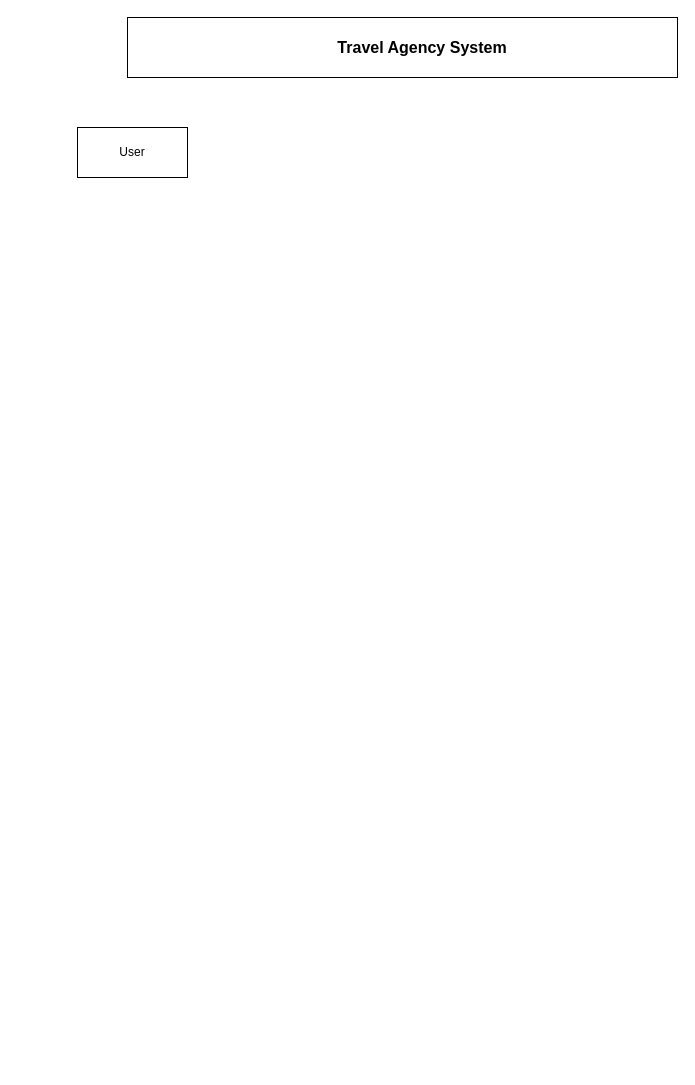
This is Untitled Diagram.drawio from Anukrati30/TravelTask, a draw.io file, before an edit. Source tidied: cells renumbered, new cells numbered last; positions are measured from the earlier drawing's top-left corner, leaving out a move shared by most shapes. Both pictures are drawn from the tidied source at 100%, with x=0, y=0 at pixel (77, 17).
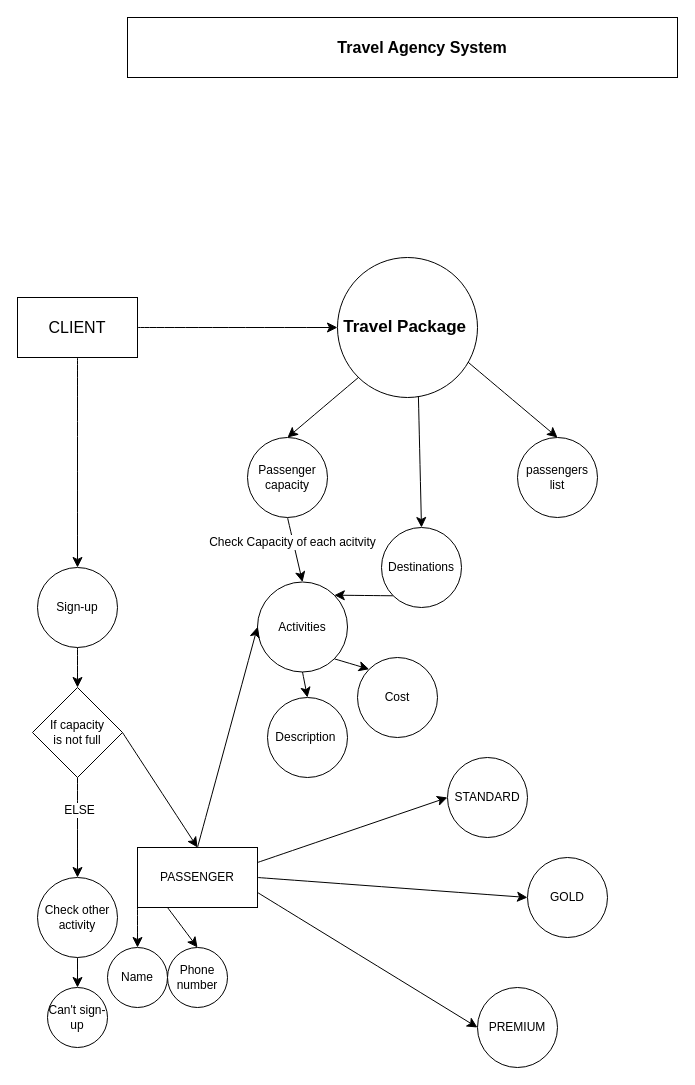
The same diagram, later.

The edit, as a diff of the source:
```diff
@@
-    <mxCell id="2" value="User" style="html=1;whiteSpace=wrap;" parent="1" vertex="1">
-      <mxGeometry y="110" width="110" height="50" as="geometry" />
-    </mxCell>
@@
+    <mxCell id="5" style="edgeStyle=none;curved=1;rounded=0;jettySize=auto;html=1;exitX=0.5;exitY=1;exitDx=0;exitDy=0;fontSize=12;startSize=8;endSize=8;" parent="1" edge="1" source="6">
+      <mxGeometry relative="1" as="geometry">
+        <mxPoint y="550" as="targetPoint" />
+      </mxGeometry>
+    </mxCell>
+    <mxCell id="6" style="rounded=0;whiteSpace=wrap;html=1;" parent="1" vertex="1">
+      <mxGeometry x="-60" y="280" width="120" height="60" as="geometry" />
+    </mxCell>
+    <mxCell id="7" style="edgeStyle=none;curved=1;rounded=0;jettySize=auto;html=1;fontSize=12;startSize=8;endSize=8;entryX=0;entryY=0.5;entryDx=0;entryDy=0;exitX=1;exitY=0.5;exitDx=0;exitDy=0;" parent="1" edge="1" source="6" target="18">
+      <mxGeometry relative="1" as="geometry" />
+    </mxCell>
+    <mxCell id="8" value="CLIENT" style="text;html=1;align=center;verticalAlign=middle;whiteSpace=wrap;rounded=0;fontSize=16;" parent="1" vertex="1">
+      <mxGeometry x="-40" y="292.5" width="80" height="35" as="geometry" />
+    </mxCell>
+    <mxCell id="9" style="edgeStyle=none;curved=1;rounded=0;jettySize=auto;html=1;entryX=0.5;entryY=0;entryDx=0;entryDy=0;fontSize=12;startSize=8;endSize=8;" parent="1" edge="1" target="14">
+      <mxGeometry relative="1" as="geometry">
+        <mxPoint x="304.5" y="340" as="sourcePoint" />
+      </mxGeometry>
+    </mxCell>
+    <mxCell id="10" style="edgeStyle=none;curved=1;rounded=0;jettySize=auto;html=1;exitX=0.5;exitY=1;exitDx=0;exitDy=0;entryX=0.5;entryY=0;entryDx=0;entryDy=0;fontSize=12;startSize=8;endSize=8;" parent="1" edge="1" target="17">
+      <mxGeometry relative="1" as="geometry">
+        <mxPoint x="340" y="340" as="sourcePoint" />
+      </mxGeometry>
+    </mxCell>
+    <mxCell id="11" style="edgeStyle=none;curved=1;rounded=0;jettySize=auto;html=1;exitX=0.75;exitY=1;exitDx=0;exitDy=0;entryX=0.5;entryY=0;entryDx=0;entryDy=0;fontSize=12;startSize=8;endSize=8;" parent="1" edge="1" target="15">
+      <mxGeometry relative="1" as="geometry">
+        <mxPoint x="385" y="340" as="sourcePoint" />
+      </mxGeometry>
+    </mxCell>
+    <mxCell id="12" style="edgeStyle=none;curved=1;rounded=0;jettySize=auto;html=1;exitX=0.5;exitY=1;exitDx=0;exitDy=0;entryX=0.5;entryY=0;entryDx=0;entryDy=0;fontSize=12;startSize=8;endSize=8;" parent="1" edge="1" source="14" target="20">
+      <mxGeometry relative="1" as="geometry" />
+    </mxCell>
+    <mxCell id="13" value="Check Capacity of each acitvity" style="edgeLabel;html=1;align=center;verticalAlign=middle;fontSize=12;" parent="12" vertex="1">
+      <mxGeometry x="-0.24" y="-1" relative="1" as="geometry" />
+    </mxCell>
+    <mxCell id="14" value="Passenger capacity" style="ellipse;whiteSpace=wrap;html=1;" parent="1" vertex="1">
+      <mxGeometry x="170" y="420" width="80" height="80" as="geometry" />
+    </mxCell>
+    <mxCell id="15" value="passengers list" style="ellipse;whiteSpace=wrap;html=1;" parent="1" vertex="1">
+      <mxGeometry x="440" y="420" width="80" height="80" as="geometry" />
+    </mxCell>
+    <mxCell id="16" style="edgeStyle=none;curved=1;rounded=0;jettySize=auto;html=1;exitX=0;exitY=1;exitDx=0;exitDy=0;entryX=1;entryY=0;entryDx=0;entryDy=0;fontSize=12;startSize=8;endSize=8;" parent="1" edge="1" source="17" target="20">
+      <mxGeometry relative="1" as="geometry" />
+    </mxCell>
+    <mxCell id="17" value="Destinations" style="ellipse;whiteSpace=wrap;html=1;" parent="1" vertex="1">
+      <mxGeometry x="304" y="510" width="80" height="80" as="geometry" />
+    </mxCell>
+    <mxCell id="18" value="&lt;b&gt;&lt;font style=&quot;font-size: 17px;&quot;&gt;Travel Package&amp;nbsp;&lt;/font&gt;&lt;/b&gt;" style="ellipse;whiteSpace=wrap;html=1;" parent="1" vertex="1">
+      <mxGeometry x="260" y="240" width="140" height="140" as="geometry" />
+    </mxCell>
+    <mxCell id="19" style="edgeStyle=none;curved=1;rounded=0;jettySize=auto;html=1;exitX=0.5;exitY=1;exitDx=0;exitDy=0;entryX=0.5;entryY=0;entryDx=0;entryDy=0;fontSize=12;startSize=8;endSize=8;" parent="1" edge="1" source="20" target="29">
+      <mxGeometry relative="1" as="geometry" />
+    </mxCell>
+    <mxCell id="20" value="Activities" style="ellipse;whiteSpace=wrap;html=1;" parent="1" vertex="1">
+      <mxGeometry x="180" y="564.5" width="90" height="90" as="geometry" />
+    </mxCell>
+    <mxCell id="21" style="edgeStyle=none;curved=1;rounded=0;jettySize=auto;html=1;exitX=0.5;exitY=1;exitDx=0;exitDy=0;entryX=0.5;entryY=0;entryDx=0;entryDy=0;fontSize=12;startSize=8;endSize=8;" parent="1" edge="1" source="22" target="26">
+      <mxGeometry relative="1" as="geometry" />
+    </mxCell>
+    <mxCell id="22" value="Sign-up" style="ellipse;whiteSpace=wrap;html=1;" parent="1" vertex="1">
+      <mxGeometry x="-40" y="550" width="80" height="80" as="geometry" />
+    </mxCell>
+    <mxCell id="23" style="edgeStyle=none;curved=1;rounded=0;jettySize=auto;html=1;exitX=0.5;exitY=1;exitDx=0;exitDy=0;fontSize=12;startSize=8;endSize=8;" parent="1" edge="1" source="26">
+      <mxGeometry relative="1" as="geometry">
+        <mxPoint y="860" as="targetPoint" />
+      </mxGeometry>
+    </mxCell>
+    <mxCell id="24" value="ELSE" style="edgeLabel;html=1;align=center;verticalAlign=middle;fontSize=12;" parent="23" vertex="1">
+      <mxGeometry x="-0.36" y="1" relative="1" as="geometry" />
+    </mxCell>
+    <mxCell id="25" style="edgeStyle=none;curved=1;rounded=0;jettySize=auto;html=1;exitX=1;exitY=0.5;exitDx=0;exitDy=0;entryX=0.5;entryY=0;entryDx=0;entryDy=0;fontSize=12;startSize=8;endSize=8;" parent="1" edge="1" source="26" target="38">
+      <mxGeometry relative="1" as="geometry" />
+    </mxCell>
+    <mxCell id="26" value="If capacity &lt;br&gt;is not full" style="rhombus;whiteSpace=wrap;html=1;" parent="1" vertex="1">
+      <mxGeometry x="-45" y="670" width="90" height="90" as="geometry" />
+    </mxCell>
+    <mxCell id="27" style="edgeStyle=none;curved=1;rounded=0;jettySize=auto;html=1;exitX=0.5;exitY=1;exitDx=0;exitDy=0;entryX=0.5;entryY=0;entryDx=0;entryDy=0;fontSize=12;startSize=8;endSize=8;" parent="1" edge="1" source="28" target="32">
+      <mxGeometry relative="1" as="geometry" />
+    </mxCell>
+    <mxCell id="28" value="Check other activity" style="ellipse;whiteSpace=wrap;html=1;" parent="1" vertex="1">
+      <mxGeometry x="-40" y="860" width="80" height="80" as="geometry" />
+    </mxCell>
+    <mxCell id="29" value="Description&amp;nbsp;" style="ellipse;whiteSpace=wrap;html=1;" parent="1" vertex="1">
+      <mxGeometry x="190" y="680" width="80" height="80" as="geometry" />
+    </mxCell>
+    <mxCell id="30" value="Cost" style="ellipse;whiteSpace=wrap;html=1;" parent="1" vertex="1">
+      <mxGeometry x="280" y="640" width="80" height="80" as="geometry" />
+    </mxCell>
+    <mxCell id="31" style="edgeStyle=none;curved=1;rounded=0;jettySize=auto;html=1;exitX=1;exitY=1;exitDx=0;exitDy=0;entryX=0;entryY=0;entryDx=0;entryDy=0;fontSize=12;startSize=8;endSize=8;" parent="1" edge="1" source="20" target="30">
+      <mxGeometry relative="1" as="geometry" />
+    </mxCell>
+    <mxCell id="32" value="Can't sign-up" style="ellipse;whiteSpace=wrap;html=1;" parent="1" vertex="1">
+      <mxGeometry x="-30" y="970" width="60" height="60" as="geometry" />
+    </mxCell>
+    <mxCell id="33" style="edgeStyle=none;curved=1;rounded=0;jettySize=auto;html=1;exitX=0;exitY=1;exitDx=0;exitDy=0;entryX=0.5;entryY=0;entryDx=0;entryDy=0;fontSize=12;startSize=8;endSize=8;" parent="1" edge="1" source="38" target="40">
+      <mxGeometry relative="1" as="geometry" />
+    </mxCell>
+    <mxCell id="34" style="edgeStyle=none;curved=1;rounded=0;jettySize=auto;html=1;exitX=0.5;exitY=0;exitDx=0;exitDy=0;entryX=0;entryY=0.5;entryDx=0;entryDy=0;fontSize=12;startSize=8;endSize=8;" parent="1" edge="1" source="38" target="20">
+      <mxGeometry relative="1" as="geometry" />
+    </mxCell>
+    <mxCell id="35" style="edgeStyle=none;curved=1;rounded=0;jettySize=auto;html=1;exitX=1;exitY=0.25;exitDx=0;exitDy=0;entryX=0;entryY=0.5;entryDx=0;entryDy=0;fontSize=12;startSize=8;endSize=8;" parent="1" edge="1" source="38" target="43">
+      <mxGeometry relative="1" as="geometry" />
+    </mxCell>
+    <mxCell id="36" style="edgeStyle=none;curved=1;rounded=0;jettySize=auto;html=1;exitX=1;exitY=0.5;exitDx=0;exitDy=0;entryX=0;entryY=0.5;entryDx=0;entryDy=0;fontSize=12;startSize=8;endSize=8;" parent="1" edge="1" source="38" target="39">
+      <mxGeometry relative="1" as="geometry" />
+    </mxCell>
+    <mxCell id="37" style="edgeStyle=none;curved=1;rounded=0;jettySize=auto;html=1;exitX=1;exitY=0.75;exitDx=0;exitDy=0;entryX=0;entryY=0.5;entryDx=0;entryDy=0;fontSize=12;startSize=8;endSize=8;" parent="1" edge="1" source="38" target="44">
+      <mxGeometry relative="1" as="geometry" />
+    </mxCell>
+    <mxCell id="38" value="PASSENGER" style="rounded=0;whiteSpace=wrap;html=1;" parent="1" vertex="1">
+      <mxGeometry x="60" y="830" width="120" height="60" as="geometry" />
+    </mxCell>
+    <mxCell id="39" value="GOLD" style="ellipse;whiteSpace=wrap;html=1;" parent="1" vertex="1">
+      <mxGeometry x="450" y="840" width="80" height="80" as="geometry" />
+    </mxCell>
+    <mxCell id="40" value="Name" style="ellipse;whiteSpace=wrap;html=1;" parent="1" vertex="1">
+      <mxGeometry x="30" y="930" width="60" height="60" as="geometry" />
+    </mxCell>
+    <mxCell id="41" value="Phone number" style="ellipse;whiteSpace=wrap;html=1;" parent="1" vertex="1">
+      <mxGeometry x="90" y="930" width="60" height="60" as="geometry" />
+    </mxCell>
+    <mxCell id="42" style="edgeStyle=none;curved=1;rounded=0;jettySize=auto;html=1;fontSize=12;startSize=8;endSize=8;entryX=0.5;entryY=0;entryDx=0;entryDy=0;exitX=0.25;exitY=1;exitDx=0;exitDy=0;" parent="1" edge="1" source="38" target="41">
+      <mxGeometry relative="1" as="geometry" />
+    </mxCell>
+    <mxCell id="43" value="STANDARD" style="ellipse;whiteSpace=wrap;html=1;" parent="1" vertex="1">
+      <mxGeometry x="370" y="740" width="80" height="80" as="geometry" />
+    </mxCell>
+    <mxCell id="44" value="PREMIUM" style="ellipse;whiteSpace=wrap;html=1;" parent="1" vertex="1">
+      <mxGeometry x="400" y="970" width="80" height="80" as="geometry" />
+    </mxCell>
```
